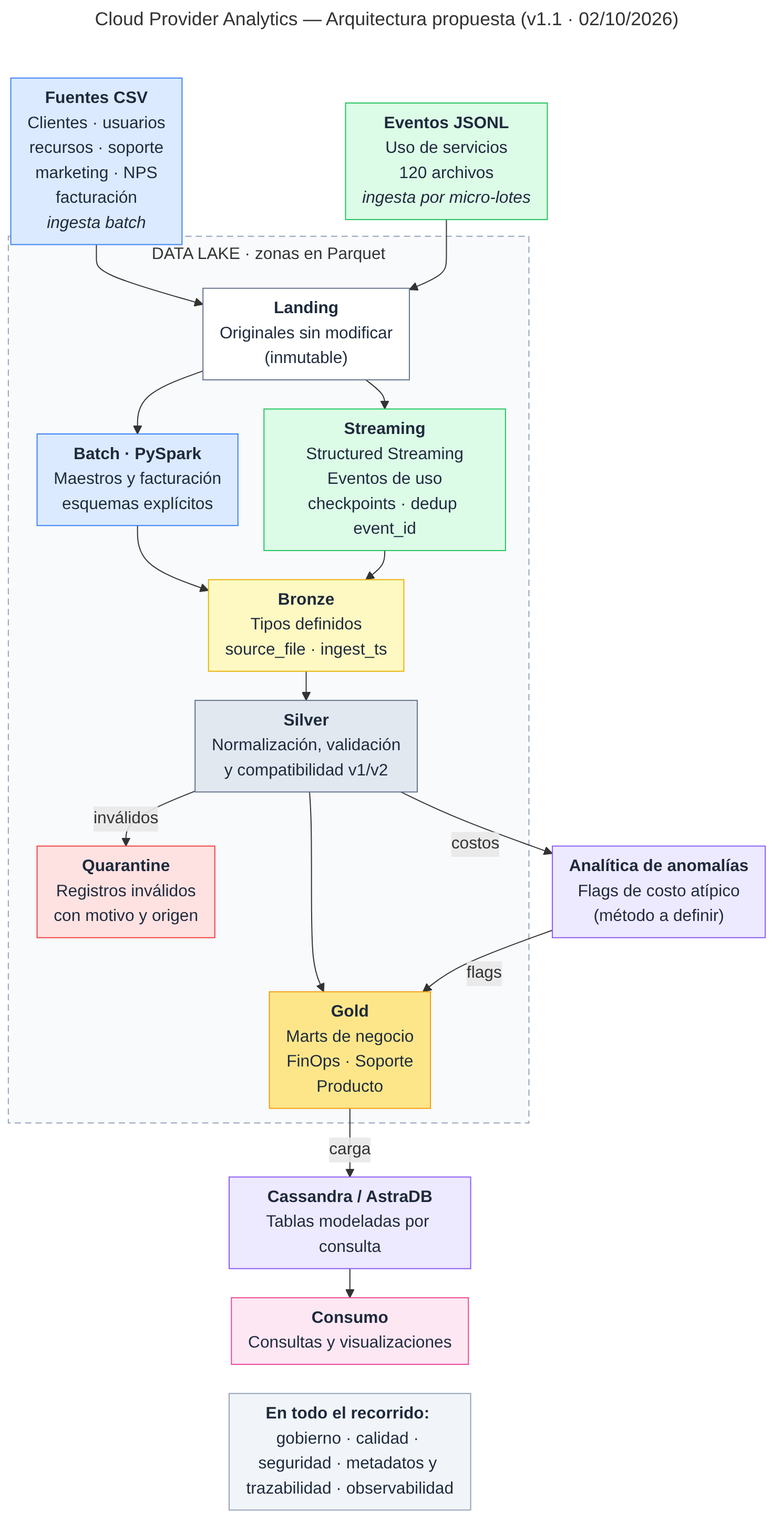
The Mermaid diagram docs/entrega1/img/arquitectura-v1.1.png in smdevesa/tpe-big-data, before a commit. Its source is kept beside it as docs/entrega1/diagramas/arquitectura-v1.1.mmd.
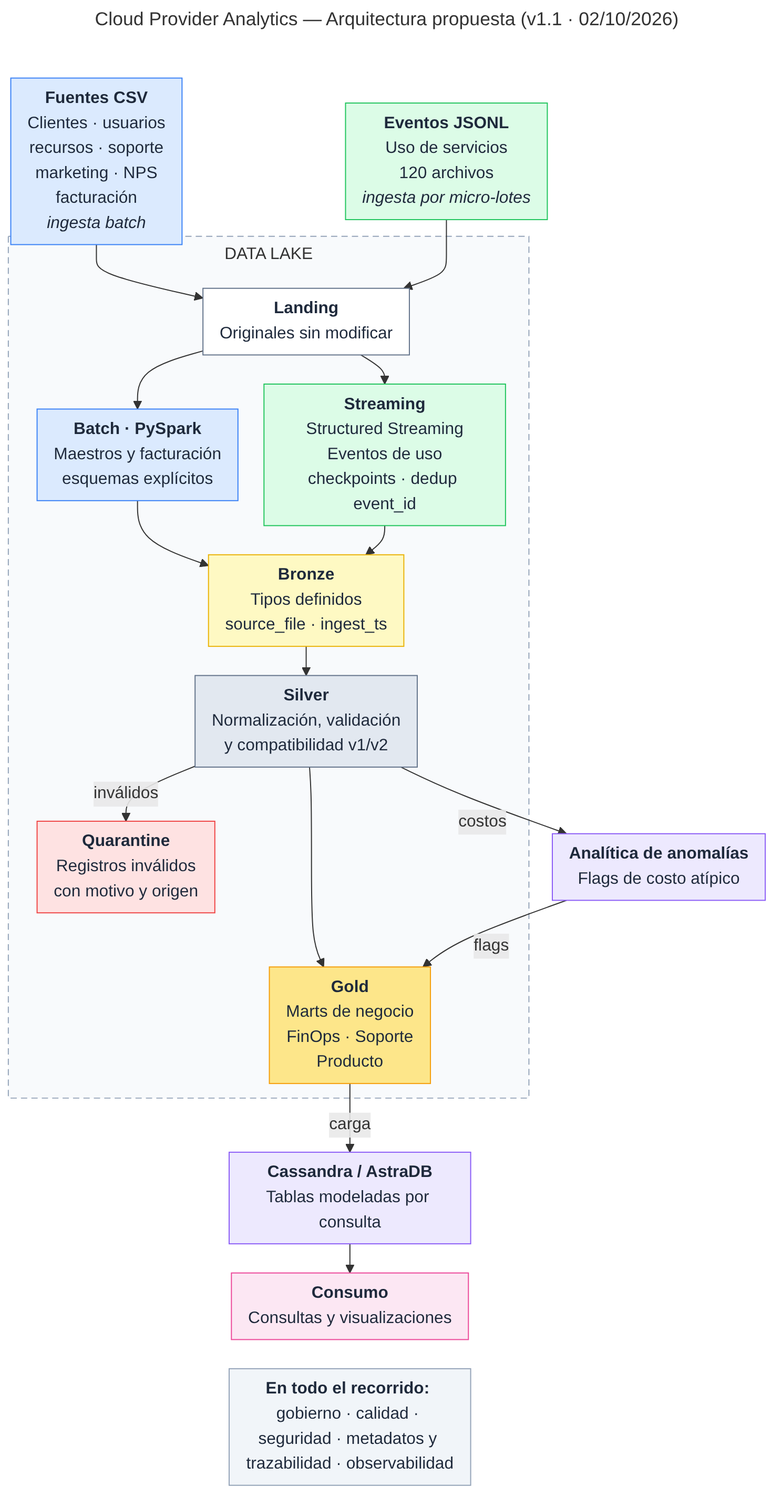
Above is the later version.

Diff of the diagram source:
```diff
@@ -13,8 +13,8 @@
     csv["<b>Fuentes CSV</b><br/>Clientes · usuarios<br/>recursos · soporte<br/>marketing · NPS<br/>facturación<br/><i>ingesta batch</i>"]
     jsonl["<b>Eventos JSONL</b><br/>Uso de servicios<br/>120 archivos<br/><i>ingesta por micro-lotes</i>"]
 
-    subgraph DL["DATA LAKE · zonas en Parquet"]
-        landing["<b>Landing</b><br/>Originales sin modificar<br/>(inmutable)"]
+    subgraph DL["DATA LAKE"]
+        landing["<b>Landing</b><br/>Originales sin modificar<br/>"]
         batch["<b>Batch · PySpark</b><br/>Maestros y facturación<br/>esquemas explícitos"]
         stream["<b>Streaming</b><br/>Structured Streaming<br/>Eventos de uso<br/>checkpoints · dedup event_id"]
         bronze["<b>Bronze</b><br/>Tipos definidos<br/>source_file · ingest_ts"]
@@ -28,7 +28,7 @@
         silver --> gold
     end
 
-    anom["<b>Analítica de anomalías</b><br/>Flags de costo atípico<br/>(método a definir)"]
+    anom["<b>Analítica de anomalías</b><br/>Flags de costo atípico"]
     cass["<b>Cassandra / AstraDB</b><br/>Tablas modeladas por consulta"]
     cons["<b>Consumo</b><br/>Consultas y visualizaciones"]
 
```
